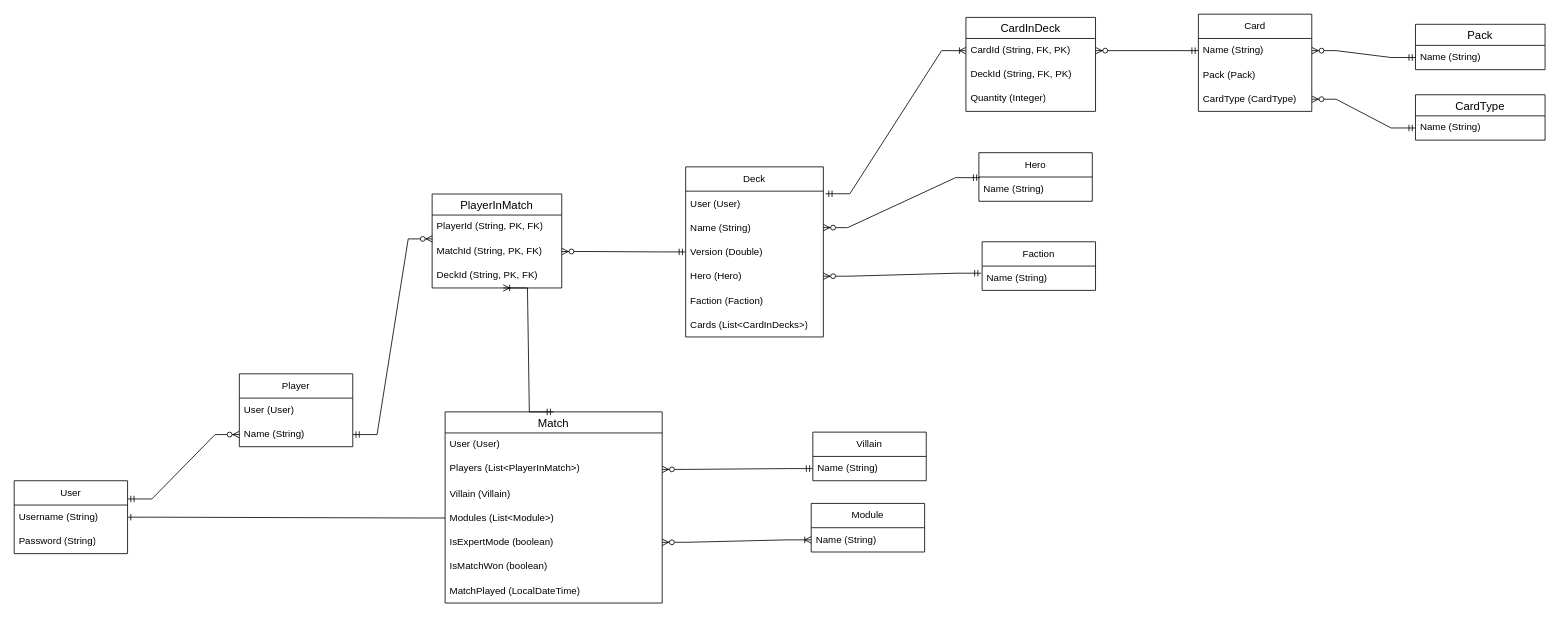
Above: page "DataModels" (1 of 2) of MarvelChampionsMatchTracker.drawio in zaktaw/MarvelChampionsMatchTracker (draw.io), before the change. Source tidied: cells renumbered, new cells numbered last; positions are measured from the earlier drawing's top-left corner, leaving out a move shared by most shapes. Both pictures are drawn from the tidied source at 81%, with x=0, y=0 at pixel (14, 14).
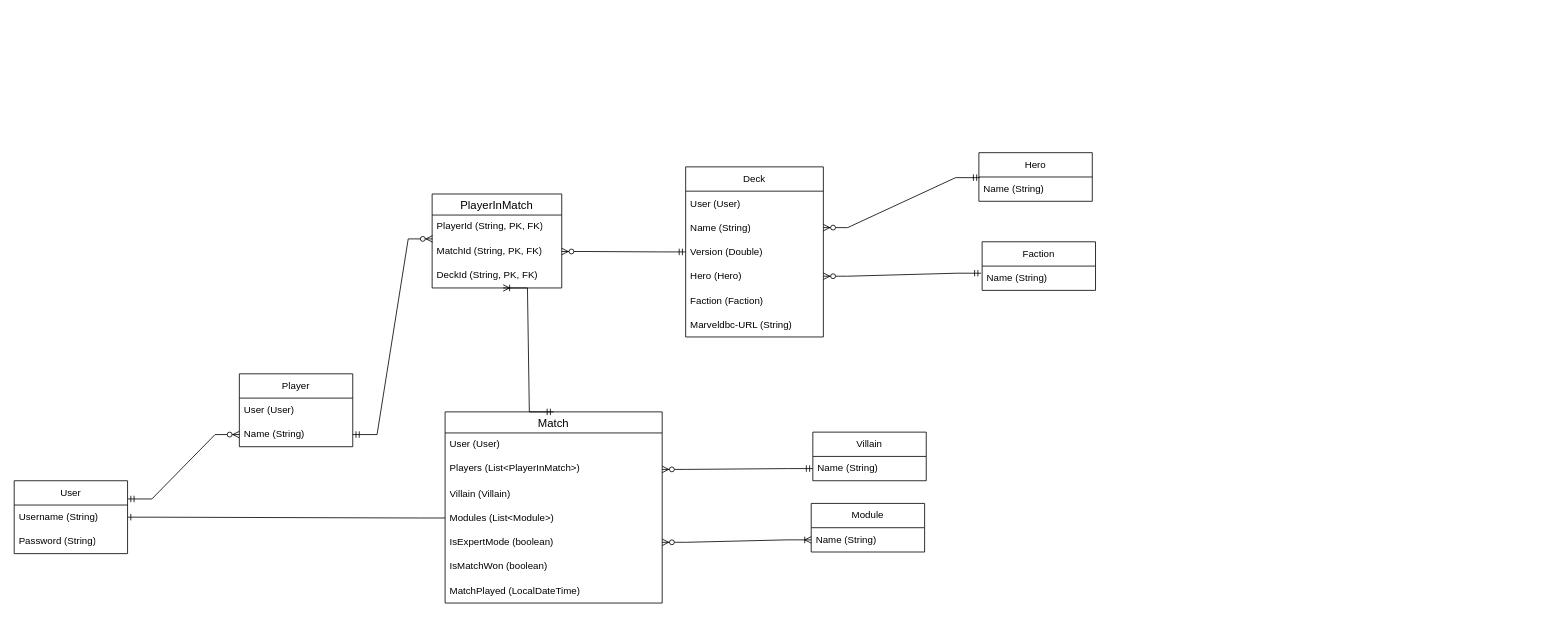
Above is the later version.

The change refers to these unchanged cells:
```xml
<mxCell id="16" value="Deck" style="swimlane;fontStyle=0;horizontal=1;startSize=30;whiteSpace=wrap;html=1;" parent="1" vertex="1">
  <mxGeometry x="829" y="188.5" width="170" height="210" as="geometry" />
</mxCell>
<mxCell id="17" value="User (User)" style="text;strokeColor=none;fillColor=none;align=left;verticalAlign=middle;spacingLeft=4;spacingRight=4;overflow=hidden;points=[[0,0.5],[1,0.5]];portConstraint=eastwest;whiteSpace=wrap;html=1;" parent="16" vertex="1">
  <mxGeometry y="30" width="170" height="30" as="geometry" />
</mxCell>
```

The edit, as a diff of the source:
```diff
@@
-    <mxCell id="22" value="Cards (List&amp;lt;CardInDecks&amp;gt;)" style="text;strokeColor=none;fillColor=none;align=left;verticalAlign=middle;spacingLeft=4;spacingRight=4;overflow=hidden;whiteSpace=wrap;html=1;" parent="16" vertex="1">
+    <mxCell id="22" value="Marveldbc-URL (String)" style="text;strokeColor=none;fillColor=none;align=left;verticalAlign=middle;spacingLeft=4;spacingRight=4;overflow=hidden;whiteSpace=wrap;html=1;" parent="16" vertex="1">
       <mxGeometry y="180" width="170" height="30" as="geometry" />
     </mxCell>
-    <mxCell id="23" value="Card" style="swimlane;fontStyle=0;horizontal=1;startSize=30;whiteSpace=wrap;html=1;" parent="1" vertex="1">
-      <mxGeometry x="1462" width="140" height="120" as="geometry" />
-    </mxCell>
-    <mxCell id="24" value="Name (String)" style="text;strokeColor=none;fillColor=none;align=left;verticalAlign=middle;spacingLeft=4;spacingRight=4;overflow=hidden;points=[[0,0.5],[1,0.5]];portConstraint=eastwest;whiteSpace=wrap;html=1;" parent="23" vertex="1">
-      <mxGeometry y="30" width="140" height="30" as="geometry" />
-    </mxCell>
-    <mxCell id="25" value="Pack (Pack)" style="text;strokeColor=none;fillColor=none;align=left;verticalAlign=middle;spacingLeft=4;spacingRight=4;overflow=hidden;whiteSpace=wrap;html=1;" parent="23" vertex="1">
-      <mxGeometry y="60" width="140" height="30" as="geometry" />
-    </mxCell>
-    <mxCell id="26" value="CardType (CardType)" style="text;strokeColor=none;fillColor=none;align=left;verticalAlign=middle;spacingLeft=4;spacingRight=4;overflow=hidden;points=[[0,0.5],[1,0.5]];portConstraint=eastwest;whiteSpace=wrap;html=1;" parent="23" vertex="1">
-      <mxGeometry y="90" width="140" height="30" as="geometry" />
-    </mxCell>
@@
-    <mxCell id="48" value="Pack" style="swimlane;fontStyle=0;horizontal=1;startSize=26;align=center;fontSize=14;" parent="1" vertex="1">
-      <mxGeometry x="1730" y="12.5" width="160" height="56" as="geometry" />
-    </mxCell>
-    <mxCell id="49" value="Name (String)" style="text;strokeColor=none;fillColor=none;spacingLeft=4;spacingRight=4;overflow=hidden;points=[[0,0.5],[1,0.5]];portConstraint=eastwest;fontSize=12;whiteSpace=wrap;html=1;" parent="48" vertex="1">
-      <mxGeometry y="26" width="160" height="30" as="geometry" />
-    </mxCell>
-    <mxCell id="50" value="CardType" style="swimlane;fontStyle=0;horizontal=1;startSize=26;align=center;fontSize=14;" parent="1" vertex="1">
-      <mxGeometry x="1730" y="99.5" width="160" height="56" as="geometry" />
-    </mxCell>
-    <mxCell id="51" value="Name (String)" style="text;strokeColor=none;fillColor=none;spacingLeft=4;spacingRight=4;overflow=hidden;points=[[0,0.5],[1,0.5]];portConstraint=eastwest;fontSize=12;whiteSpace=wrap;html=1;" parent="50" vertex="1">
-      <mxGeometry y="26" width="160" height="30" as="geometry" />
-    </mxCell>
-    <mxCell id="52" style="edgeStyle=entityRelationEdgeStyle;fontSize=12;html=1;endArrow=ERzeroToMany;startArrow=ERmandOne;rounded=0;entryX=1;entryY=0.5;entryDx=0;entryDy=0;exitX=0;exitY=0.5;exitDx=0;exitDy=0;" parent="1" edge="1" source="49" target="24">
-      <mxGeometry relative="1" as="geometry" />
-    </mxCell>
-    <mxCell id="53" style="edgeStyle=entityRelationEdgeStyle;fontSize=12;html=1;endArrow=ERzeroToMany;startArrow=ERmandOne;rounded=0;exitX=0;exitY=0.5;exitDx=0;exitDy=0;entryX=1;entryY=0.5;entryDx=0;entryDy=0;" parent="1" edge="1" source="51" target="26">
-      <mxGeometry relative="1" as="geometry" />
-    </mxCell>
-    <mxCell id="54" value="CardInDeck" style="swimlane;fontStyle=0;horizontal=1;startSize=26;align=center;fontSize=14;" parent="1" vertex="1">
-      <mxGeometry x="1175" y="4" width="160" height="116" as="geometry" />
-    </mxCell>
-    <mxCell id="55" value="CardId (String, FK, PK)" style="text;strokeColor=none;fillColor=none;spacingLeft=4;spacingRight=4;overflow=hidden;points=[[0,0.5],[1,0.5]];portConstraint=eastwest;fontSize=12;whiteSpace=wrap;html=1;" parent="54" vertex="1">
-      <mxGeometry y="26" width="160" height="30" as="geometry" />
-    </mxCell>
-    <mxCell id="56" value="DeckId (String, FK, PK)" style="text;strokeColor=none;fillColor=none;spacingLeft=4;spacingRight=4;overflow=hidden;fontSize=12;whiteSpace=wrap;html=1;" parent="54" vertex="1">
-      <mxGeometry y="56" width="160" height="30" as="geometry" />
-    </mxCell>
-    <mxCell id="57" value="Quantity (Integer)" style="text;strokeColor=none;fillColor=none;spacingLeft=4;spacingRight=4;overflow=hidden;fontSize=12;whiteSpace=wrap;html=1;" parent="54" vertex="1">
-      <mxGeometry y="86" width="160" height="30" as="geometry" />
-    </mxCell>
-    <mxCell id="58" style="edgeStyle=entityRelationEdgeStyle;fontSize=12;html=1;endArrow=ERoneToMany;startArrow=ERmandOne;rounded=0;exitX=1.016;exitY=0.107;exitDx=0;exitDy=0;exitPerimeter=0;entryX=0;entryY=0.5;entryDx=0;entryDy=0;" parent="1" edge="1" source="17" target="55">
-      <mxGeometry relative="1" as="geometry" />
-    </mxCell>
-    <mxCell id="59" style="edgeStyle=entityRelationEdgeStyle;fontSize=12;html=1;endArrow=ERzeroToMany;startArrow=ERmandOne;rounded=0;exitX=0;exitY=0.5;exitDx=0;exitDy=0;entryX=1;entryY=0.5;entryDx=0;entryDy=0;" parent="1" edge="1" source="24" target="55">
-      <mxGeometry relative="1" as="geometry" />
-    </mxCell>
```
